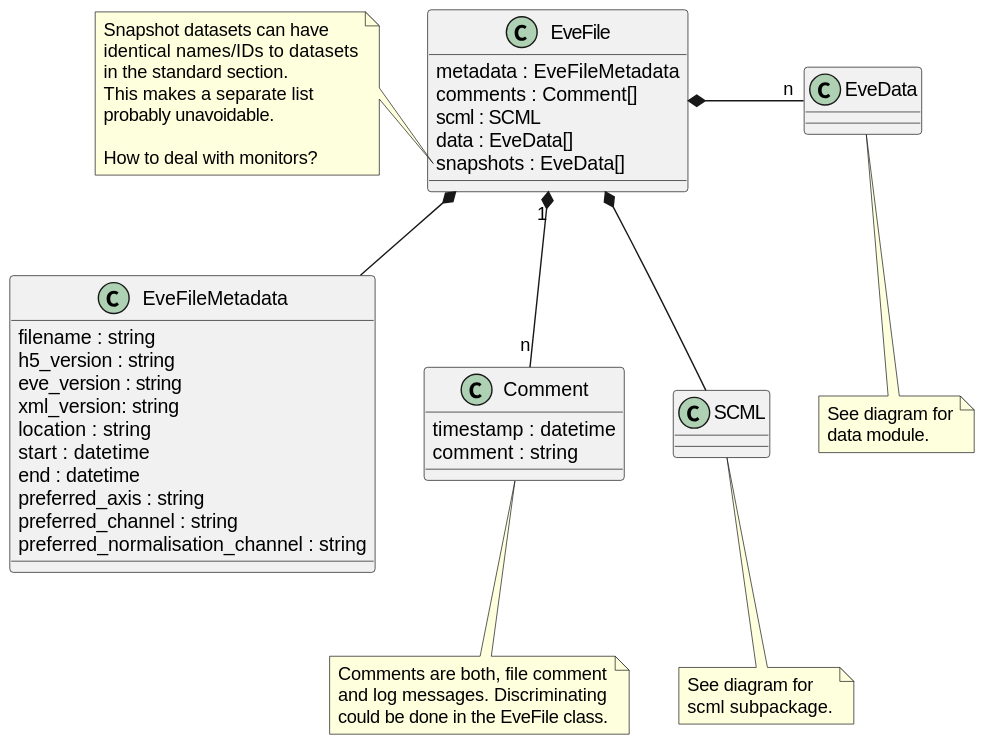
Above: docs/uml/evedata.evefile.file.svg in tillbiskup/evedata (PlantUML), before the change.
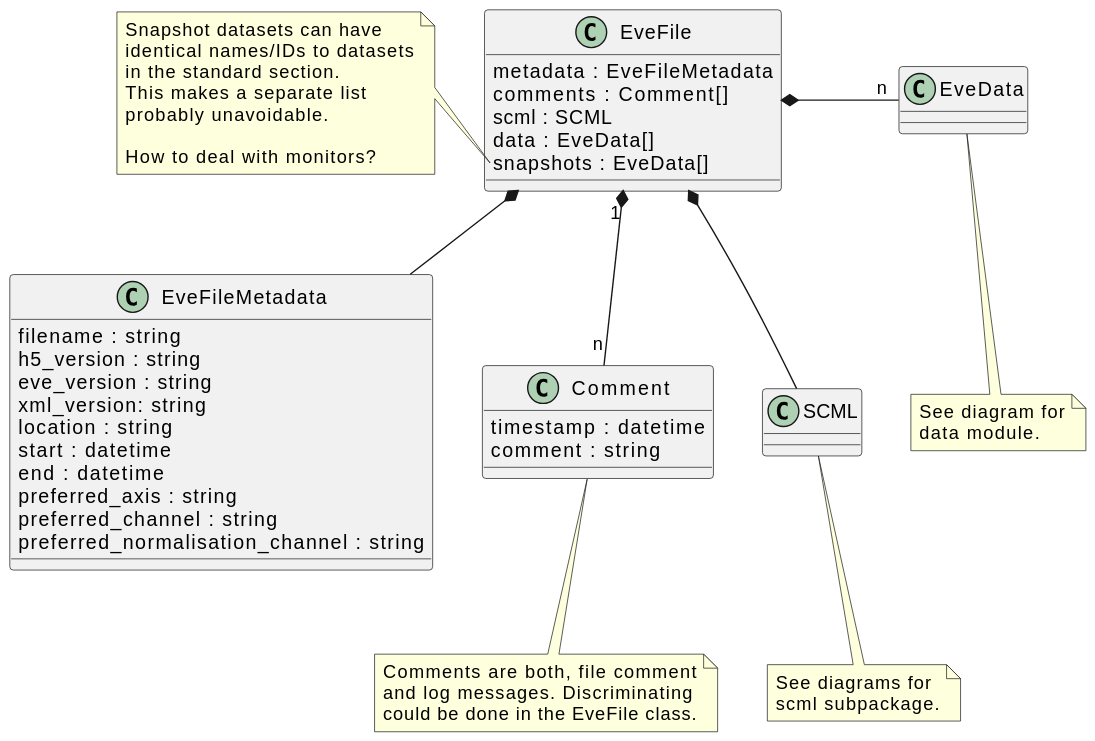
Above is the later version.

Commit message:
Reorganise sequence of core domain subpackages: evefile>scml>dataset; update UML diagrams and points to discuss further.

What changed in the source:
```diff
@@ -40,7 +40,7 @@
 
 class SCML {
 }
-note bottom: See diagram for\nscml subpackage.
+note bottom: See diagrams for\nscml subpackage.
 
 EveFile *-- EveFileMetadata
 EveFile "1" *-- "n" Comment
```
